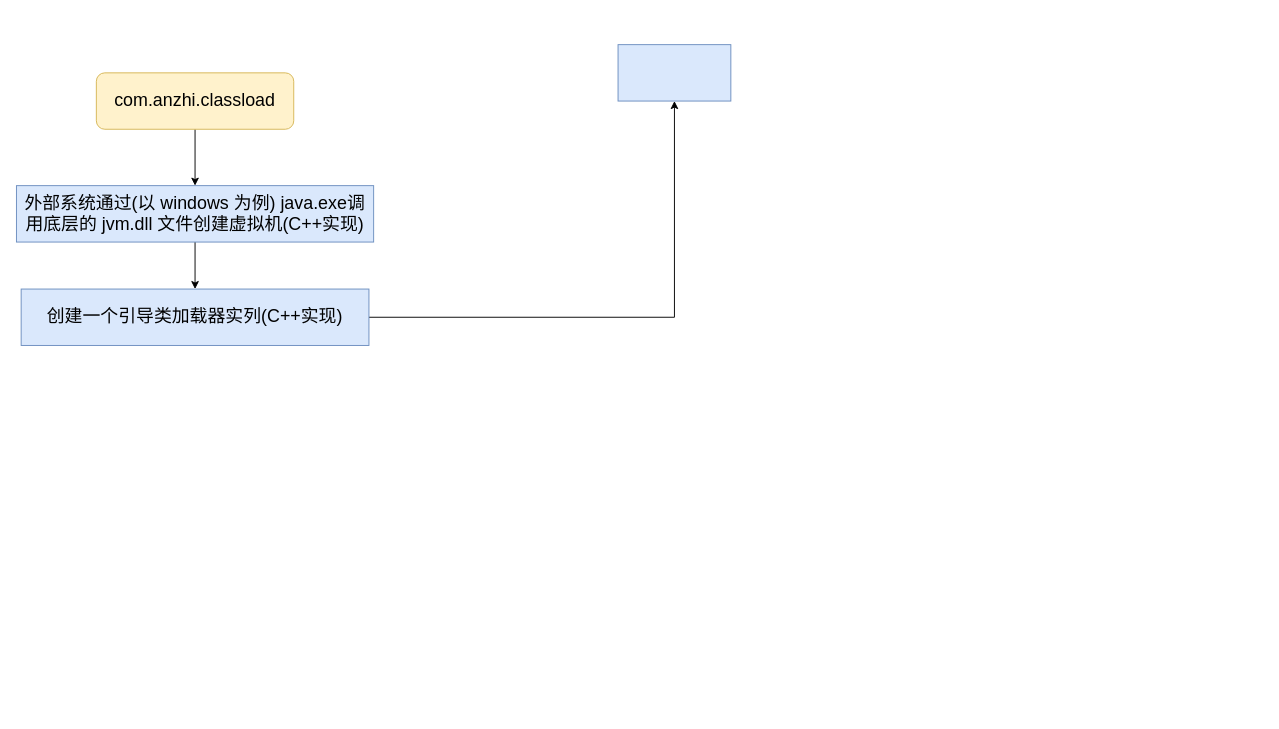
Above: utilsdemo/src/main/resources/FlowDiagram/Java执行命令大体流程.drawio in an-1024/WorkUtil (draw.io), before the change. Source tidied: cells renumbered, new cells numbered last; positions are measured from the earlier drawing's top-left corner, leaving out a move shared by most shapes. Both pictures are drawn from the tidied source at 94%, with x=0, y=0 at pixel (16, 44).
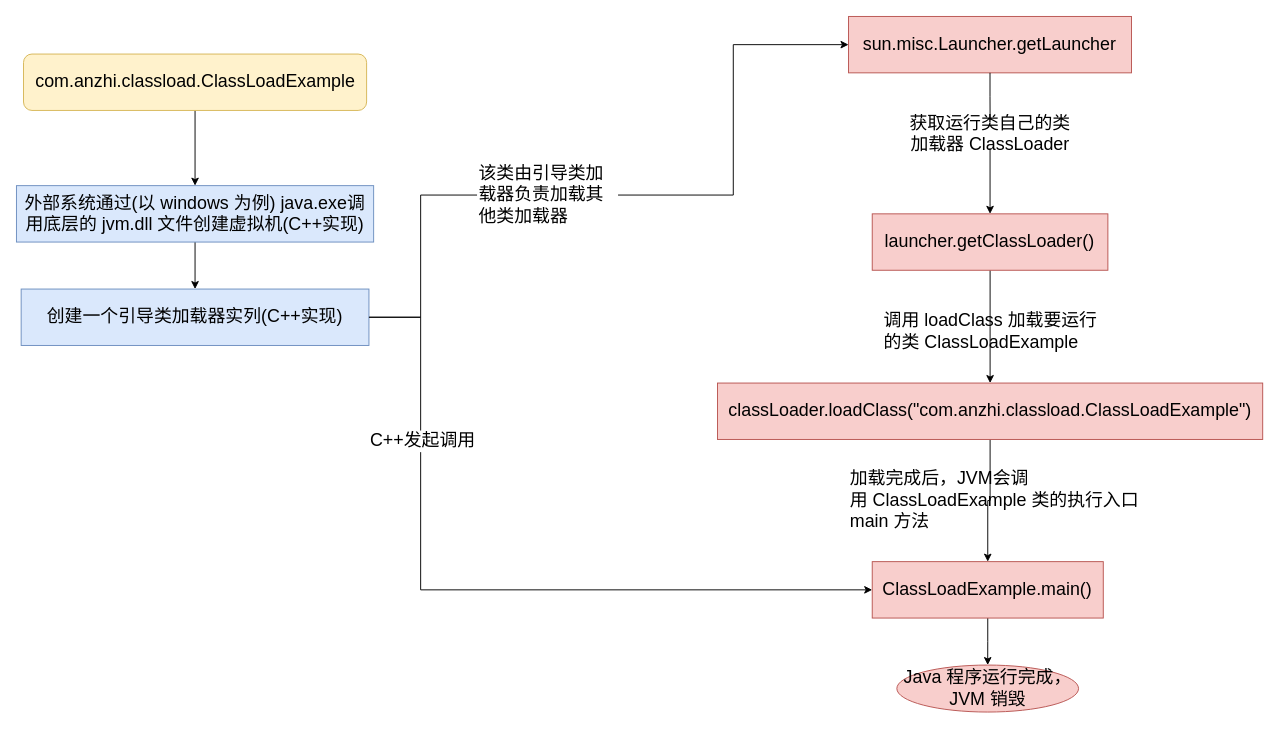
The same page after the edit.

Commit message (it also covers changes not shown here):
更新Java执行命令大体流程.drawio

The change refers to these unchanged cells:
```xml
<mxCell id="7" value="创建一个引导类加载器实列(C++实现)" style="whiteSpace=wrap;html=1;fontSize=19;fillColor=#dae8fc;strokeColor=#6c8ebf;rounded=0;" parent="1" vertex="1">
  <mxGeometry x="5" y="260" width="370" height="60" as="geometry" />
</mxCell>
```

Diff of the diagram source:
```diff
@@
-    <mxCell id="3" value="&lt;font style=&quot;font-size: 19px;&quot;&gt;com.anzhi.classload&lt;/font&gt;" style="rounded=1;whiteSpace=wrap;html=1;fillColor=#fff2cc;strokeColor=#d6b656;" parent="1" vertex="1">
-      <mxGeometry x="85" y="30" width="210" height="60" as="geometry" />
+    <mxCell id="3" value="&lt;font style=&quot;font-size: 19px;&quot;&gt;com.anzhi.classload.ClassLoadExample&lt;/font&gt;" style="rounded=1;whiteSpace=wrap;html=1;fillColor=#fff2cc;strokeColor=#d6b656;" parent="1" vertex="1">
+      <mxGeometry x="7.5" y="10" width="365" height="60" as="geometry" />
     </mxCell>
@@
-    <mxCell id="6" style="edgeStyle=orthogonalEdgeStyle;rounded=0;jettySize=auto;html=1;fontSize=19;" parent="1" edge="1" source="7" target="8">
+    <mxCell id="6" style="edgeStyle=orthogonalEdgeStyle;rounded=0;jettySize=auto;html=1;fontSize=19;entryX=0;entryY=0.5;entryDx=0;entryDy=0;startArrow=none;" parent="1" edge="1" source="13" target="8">
       <mxGeometry relative="1" as="geometry" />
     </mxCell>
+    <mxCell id="9" style="edgeStyle=orthogonalEdgeStyle;rounded=0;jettySize=auto;html=1;entryX=0;entryY=0.5;entryDx=0;entryDy=0;fontSize=19;startArrow=none;exitX=1;exitY=0.5;exitDx=0;exitDy=0;" parent="1" edge="1" source="7" target="22">
+      <mxGeometry relative="1" as="geometry">
+        <Array as="points">
+          <mxPoint x="430" y="290" />
+          <mxPoint x="430" y="580" />
+        </Array>
+      </mxGeometry>
+    </mxCell>
+    <mxCell id="10" value="C++发起调用" style="edgeLabel;html=1;align=center;verticalAlign=middle;fontSize=19;" parent="9" vertex="1">
+      <mxGeometry x="-0.55" y="1" relative="1" as="geometry" />
+    </mxCell>
@@
+    <mxCell id="11" style="edgeStyle=orthogonalEdgeStyle;rounded=0;jettySize=auto;html=1;fontSize=19;startArrow=none;" parent="1" edge="1" source="20" target="15">
+      <mxGeometry relative="1" as="geometry" />
+    </mxCell>
-    <mxCell id="8" style="whiteSpace=wrap;html=1;fontSize=19;fillColor=#dae8fc;strokeColor=#6c8ebf;rounded=0;" parent="1" vertex="1">
-      <mxGeometry x="640" width="120" height="60" as="geometry" />
+    <mxCell id="8" value="sun.misc.Launcher.getLauncher" style="whiteSpace=wrap;html=1;fontSize=19;fillColor=#f8cecc;strokeColor=#b85450;rounded=0;" parent="1" vertex="1">
+      <mxGeometry x="885.2" y="-30" width="301" height="60" as="geometry" />
     </mxCell>
+    <mxCell id="12" style="edgeStyle=orthogonalEdgeStyle;rounded=0;jettySize=auto;html=1;fontSize=19;entryX=0;entryY=0.5;entryDx=0;entryDy=0;endArrow=none;" parent="1" edge="1" source="7" target="13">
+      <mxGeometry relative="1" as="geometry">
+        <Array as="points">
+          <mxPoint x="430" y="290" />
+          <mxPoint x="430" y="160" />
+        </Array>
+      </mxGeometry>
+    </mxCell>
+    <mxCell id="13" value="该类由引导类加载器负责加载其他类加载器" style="text;html=1;strokeColor=none;fillColor=none;align=left;verticalAlign=middle;whiteSpace=wrap;rounded=0;fontSize=19;" parent="1" vertex="1">
+      <mxGeometry x="490" y="110" width="150" height="100" as="geometry" />
+    </mxCell>
+    <mxCell id="14" style="edgeStyle=orthogonalEdgeStyle;rounded=0;jettySize=auto;html=1;fontSize=19;" parent="1" edge="1" source="15" target="17">
+      <mxGeometry relative="1" as="geometry" />
+    </mxCell>
+    <mxCell id="15" value="launcher.getClassLoader()" style="whiteSpace=wrap;html=1;fontSize=19;fillColor=#f8cecc;strokeColor=#b85450;rounded=0;" parent="1" vertex="1">
+      <mxGeometry x="910.4" y="180" width="250.7" height="60" as="geometry" />
+    </mxCell>
+    <mxCell id="16" style="edgeStyle=orthogonalEdgeStyle;rounded=0;jettySize=auto;html=1;fontSize=19;" parent="1" edge="1" source="17" target="22">
+      <mxGeometry relative="1" as="geometry" />
+    </mxCell>
+    <mxCell id="17" value="classLoader.loadClass(&quot;com.anzhi.classload.ClassLoadExample&quot;)" style="whiteSpace=wrap;html=1;fontSize=19;fillColor=#f8cecc;strokeColor=#b85450;rounded=0;" parent="1" vertex="1">
+      <mxGeometry x="745.8" y="360" width="580" height="60" as="geometry" />
+    </mxCell>
+    <mxCell id="18" value="调用 loadClass 加载要运行的类 ClassLoadExample" style="text;html=1;strokeColor=none;fillColor=none;align=left;verticalAlign=middle;whiteSpace=wrap;rounded=0;fontSize=19;" parent="1" vertex="1">
+      <mxGeometry x="920.5" y="280" width="230.5" height="50" as="geometry" />
+    </mxCell>
+    <mxCell id="19" style="edgeStyle=orthogonalEdgeStyle;rounded=0;jettySize=auto;html=1;fontSize=19;endArrow=none;" parent="1" edge="1" source="8" target="20">
+      <mxGeometry relative="1" as="geometry" />
+    </mxCell>
+    <mxCell id="20" value="获取运行类自己的类加载器 ClassLoader" style="text;html=1;strokeColor=none;fillColor=none;align=center;verticalAlign=middle;whiteSpace=wrap;rounded=0;fontSize=19;" parent="1" vertex="1">
+      <mxGeometry x="941" y="80" width="189.5" height="30" as="geometry" />
+    </mxCell>
+    <mxCell id="21" style="edgeStyle=orthogonalEdgeStyle;rounded=0;jettySize=auto;html=1;fontSize=19;" parent="1" edge="1" source="22" target="23">
+      <mxGeometry relative="1" as="geometry" />
+    </mxCell>
+    <mxCell id="22" value="ClassLoadExample.main()" style="whiteSpace=wrap;html=1;fontSize=19;fillColor=#f8cecc;strokeColor=#b85450;rounded=0;" parent="1" vertex="1">
+      <mxGeometry x="910.4" y="550" width="245.8" height="60" as="geometry" />
+    </mxCell>
+    <mxCell id="23" value="Java 程序运行完成，JVM 销毁" style="ellipse;whiteSpace=wrap;html=1;fontSize=19;fillColor=#f8cecc;strokeColor=#b85450;rounded=0;" parent="1" vertex="1">
+      <mxGeometry x="936.6" y="660" width="193.3" height="50" as="geometry" />
+    </mxCell>
+    <mxCell id="24" value="加载完成后，JVM会调用&amp;nbsp;ClassLoadExample 类的执行入口 main 方法" style="text;html=1;strokeColor=none;fillColor=none;align=left;verticalAlign=middle;whiteSpace=wrap;rounded=0;fontSize=19;" parent="1" vertex="1">
+      <mxGeometry x="885.2" y="450" width="339.5" height="70" as="geometry" />
+    </mxCell>
```
